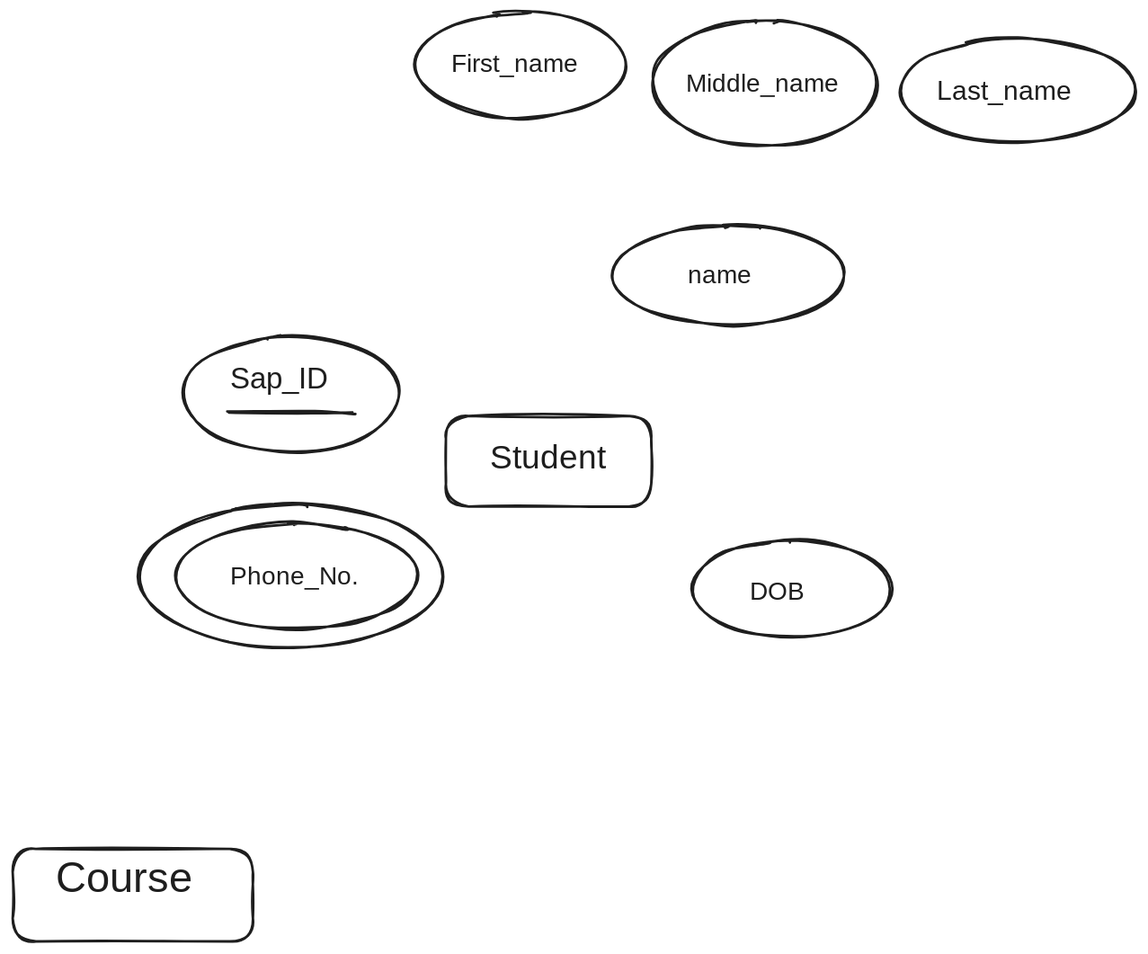
Above: Notes Factory/Semister 3/Rough Work/t1.excalidraw.svg in P7XCKD/NF (Excalidraw), before the change. Source tidied: one line per element, renumbered; positions are measured from the earlier drawing's top-left corner, leaving out a move shared by most shapes. Source of this version:
```json
{"id": 0, "type": "rectangle", "strokeColor": "#1e1e1e", "strokeWidth": 2, "roughness": 1, "round": true, "x": 0, "y": 664, "width": 191, "height": 74}
{"id": 1, "type": "text", "text": "Course", "strokeColor": "#1e1e1e", "strokeWidth": 2, "roughness": 1, "fontSize": 33.68, "fontFamily": 1, "x": 34, "y": 668, "width": 111, "height": 42}
{"id": 2, "type": "rectangle", "strokeColor": "#1e1e1e", "strokeWidth": 2, "roughness": 1, "round": true, "x": 344, "y": 320, "width": 163, "height": 72}
{"id": 3, "type": "text", "text": "Student", "strokeColor": "#1e1e1e", "strokeWidth": 2, "roughness": 1, "fontSize": 26.25, "fontFamily": 1, "x": 379, "y": 339, "width": 102, "height": 33}
{"id": 4, "type": "ellipse", "strokeColor": "#1e1e1e", "strokeWidth": 2, "roughness": 1, "round": true, "x": 135, "y": 257, "width": 172, "height": 91}
{"id": 5, "type": "text", "text": "Sap_ID", "strokeColor": "#1e1e1e", "strokeWidth": 2, "roughness": 1, "fontSize": 23.41, "fontFamily": 1, "x": 172, "y": 277, "width": 92, "height": 29}
{"id": 6, "type": "line", "strokeColor": "#1e1e1e", "strokeWidth": 2, "roughness": 1, "round": true, "x": 172, "y": 318, "width": 99, "height": 0, "points": [[0, 0], [67, 0], [99, 0]]}
{"id": 7, "type": "ellipse", "strokeColor": "#1e1e1e", "strokeWidth": 2, "roughness": 1, "round": true, "x": 320, "y": 0, "width": 167, "height": 84}
{"id": 8, "type": "ellipse", "strokeColor": "#1e1e1e", "strokeWidth": 2, "roughness": 1, "round": true, "x": 508, "y": 6, "width": 178, "height": 100}
{"id": 9, "type": "text", "text": "First_name", "strokeColor": "#1e1e1e", "strokeWidth": 2, "roughness": 1, "fontSize": 20, "fontFamily": 1, "x": 348, "y": 30, "width": 109, "height": 25}
{"id": 10, "type": "ellipse", "strokeColor": "#1e1e1e", "strokeWidth": 2, "roughness": 1, "round": true, "x": 705, "y": 21, "width": 187, "height": 82}
{"id": 11, "type": "text", "text": "Middle_name", "strokeColor": "#1e1e1e", "strokeWidth": 2, "roughness": 1, "fontSize": 20, "fontFamily": 1, "x": 535, "y": 45, "width": 121, "height": 25}
{"id": 12, "type": "text", "text": "Last_name", "strokeColor": "#1e1e1e", "strokeWidth": 2, "roughness": 1, "fontSize": 21.68, "fontFamily": 1, "x": 734, "y": 50, "width": 119, "height": 27}
{"id": 13, "type": "ellipse", "strokeColor": "#1e1e1e", "strokeWidth": 2, "roughness": 1, "round": true, "x": 540, "y": 419, "width": 158, "height": 77}
{"id": 14, "type": "text", "text": "DOB", "strokeColor": "#1e1e1e", "strokeWidth": 2, "roughness": 1, "fontSize": 20, "fontFamily": 1, "x": 586, "y": 448, "width": 45, "height": 25}
{"id": 15, "type": "ellipse", "strokeColor": "#1e1e1e", "strokeWidth": 2, "roughness": 1, "round": true, "x": 129, "y": 406, "width": 192, "height": 84}
{"id": 16, "type": "text", "text": "Phone_No.", "strokeColor": "#1e1e1e", "strokeWidth": 2, "roughness": 1, "fontSize": 20, "fontFamily": 1, "x": 172, "y": 436, "width": 100, "height": 25}
{"id": 17, "type": "ellipse", "strokeColor": "#1e1e1e", "strokeWidth": 2, "roughness": 1, "round": true, "x": 101, "y": 390, "width": 241, "height": 114}
{"id": 18, "type": "ellipse", "strokeColor": "#1e1e1e", "strokeWidth": 2, "roughness": 1, "round": true, "x": 477, "y": 169, "width": 184, "height": 79}
{"id": 19, "type": "text", "text": "name", "strokeColor": "#1e1e1e", "strokeWidth": 2, "roughness": 1, "fontSize": 20, "fontFamily": 1, "x": 536, "y": 197, "width": 46, "height": 25}
```
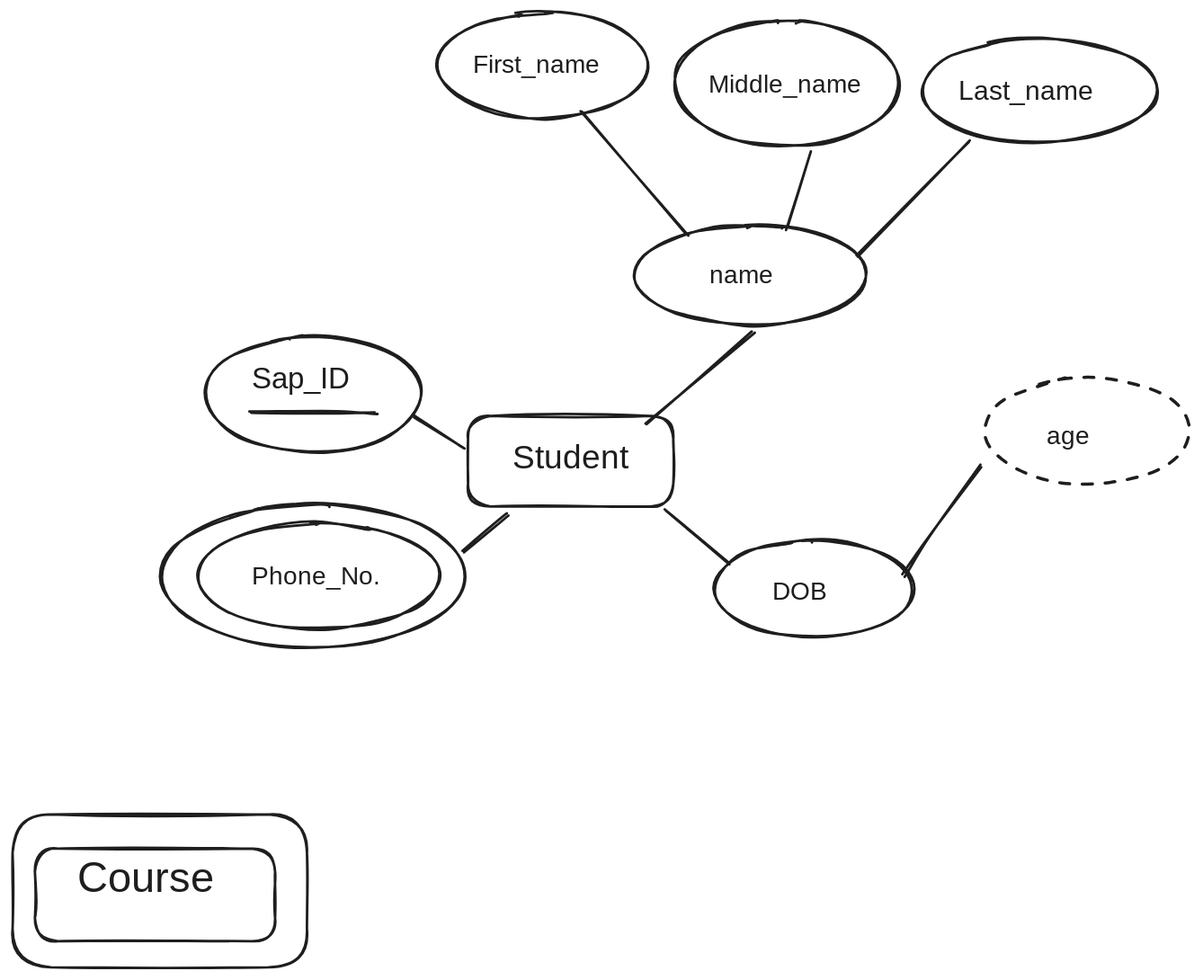
After the change.

What changed in the source:
```diff
@@ -18,3 +18,14 @@
 {"id": 17, "type": "ellipse", "strokeColor": "#1e1e1e", "strokeWidth": 2, "roughness": 1, "round": true, "x": 101, "y": 390, "width": 241, "height": 114}
 {"id": 18, "type": "ellipse", "strokeColor": "#1e1e1e", "strokeWidth": 2, "roughness": 1, "round": true, "x": 477, "y": 169, "width": 184, "height": 79}
 {"id": 19, "type": "text", "text": "name", "strokeColor": "#1e1e1e", "strokeWidth": 2, "roughness": 1, "fontSize": 20, "fontFamily": 1, "x": 536, "y": 197, "width": 46, "height": 25}
+{"id": 20, "type": "line", "strokeColor": "#1e1e1e", "strokeWidth": 2, "roughness": 1, "round": true, "x": 597, "y": 172, "width": 18, "height": 61, "points": [[0, 0], [18, -61]]}
+{"id": 21, "type": "line", "strokeColor": "#1e1e1e", "strokeWidth": 2, "roughness": 1, "round": true, "x": 653, "y": 194, "width": 89, "height": 92, "points": [[0, 0], [89, -92]]}
+{"id": 22, "type": "line", "strokeColor": "#1e1e1e", "strokeWidth": 2, "roughness": 1, "round": true, "x": 434, "y": 78, "width": 84, "height": 98, "points": [[0, 0], [84, 98]]}
+{"id": 23, "type": "line", "strokeColor": "#1e1e1e", "strokeWidth": 2, "roughness": 1, "round": true, "x": 485, "y": 326, "width": 85, "height": 72, "points": [[0, 0], [85, -72]]}
+{"id": 24, "type": "line", "strokeColor": "#1e1e1e", "strokeWidth": 2, "roughness": 1, "round": true, "x": 341, "y": 346, "width": 40, "height": 24, "points": [[0, 0], [-40, -24]]}
+{"id": 25, "type": "line", "strokeColor": "#1e1e1e", "strokeWidth": 2, "roughness": 1, "round": true, "x": 340, "y": 429, "width": 36, "height": 30, "points": [[0, 0], [36, -30]]}
+{"id": 26, "type": "line", "strokeColor": "#1e1e1e", "strokeWidth": 2, "roughness": 1, "round": true, "x": 500, "y": 396, "width": 51, "height": 42, "points": [[0, 0], [51, 42]]}
+{"id": 27, "type": "line", "strokeColor": "#1e1e1e", "strokeWidth": 2, "roughness": 1, "round": true, "x": 690, "y": 447, "width": 62, "height": 87, "points": [[0, 0], [21, -32], [62, -87]]}
+{"id": 28, "type": "ellipse", "strokeColor": "#1e1e1e", "strokeWidth": 2, "strokeStyle": "dashed", "roughness": 1, "round": true, "x": 754, "y": 290, "width": 164, "height": 84}
+{"id": 29, "type": "text", "text": "age", "strokeColor": "#1e1e1e", "strokeWidth": 2, "strokeStyle": "dashed", "roughness": 1, "fontSize": 20, "fontFamily": 1, "x": 804, "y": 325, "width": 34, "height": 25}
+{"id": 30, "type": "rectangle", "strokeColor": "#1e1e1e", "strokeWidth": 2, "roughness": 1, "round": true, "x": -18, "y": 637, "width": 234, "height": 121}
```
